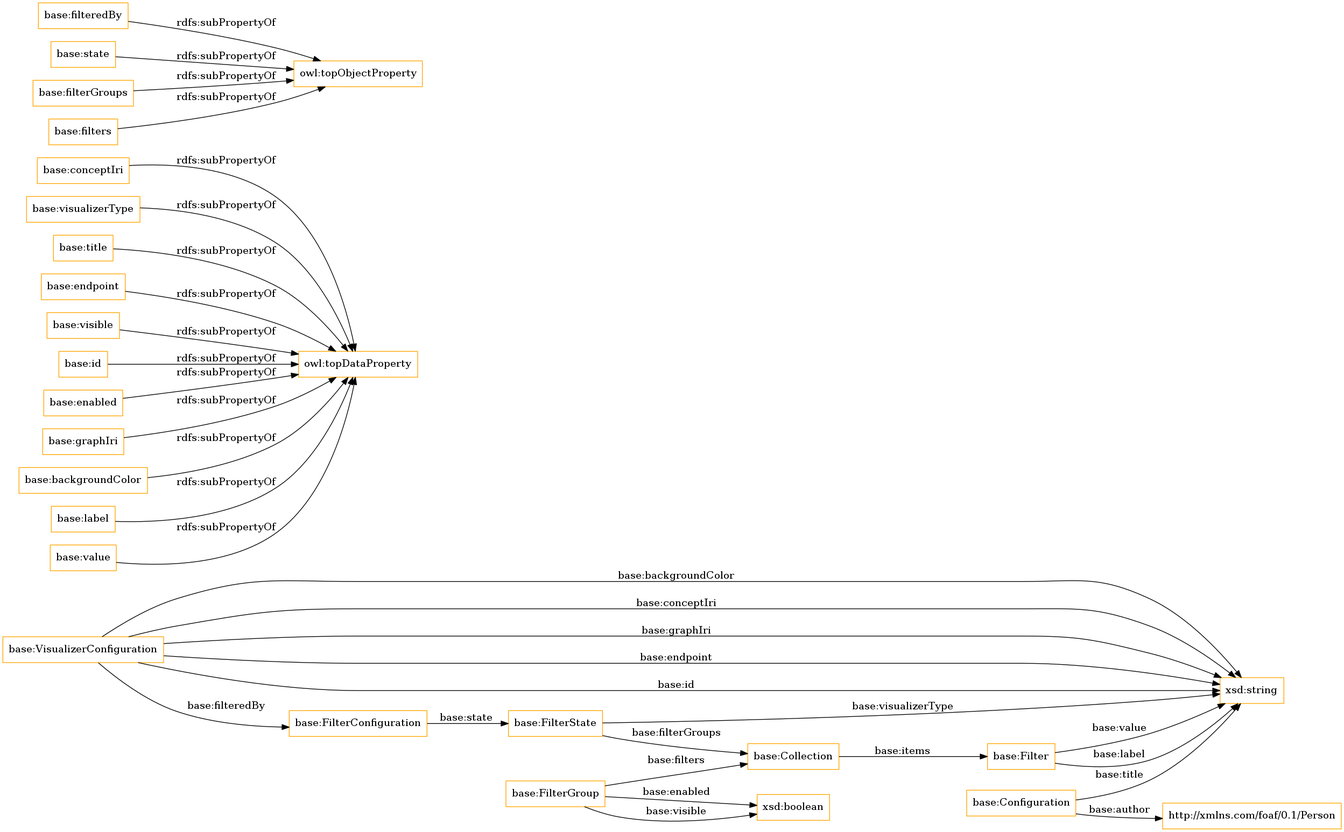
Above: OnToology/lpapps.owl/diagrams/ar2dtool-class/lpapps.owl.png in OnToologyUser/linkedpipes_applications_ontology (Graphviz), before the change. Its source is kept beside it as OnToology/lpapps.owl/diagrams/ar2dtool-class/lpapps.owl.png.dot.
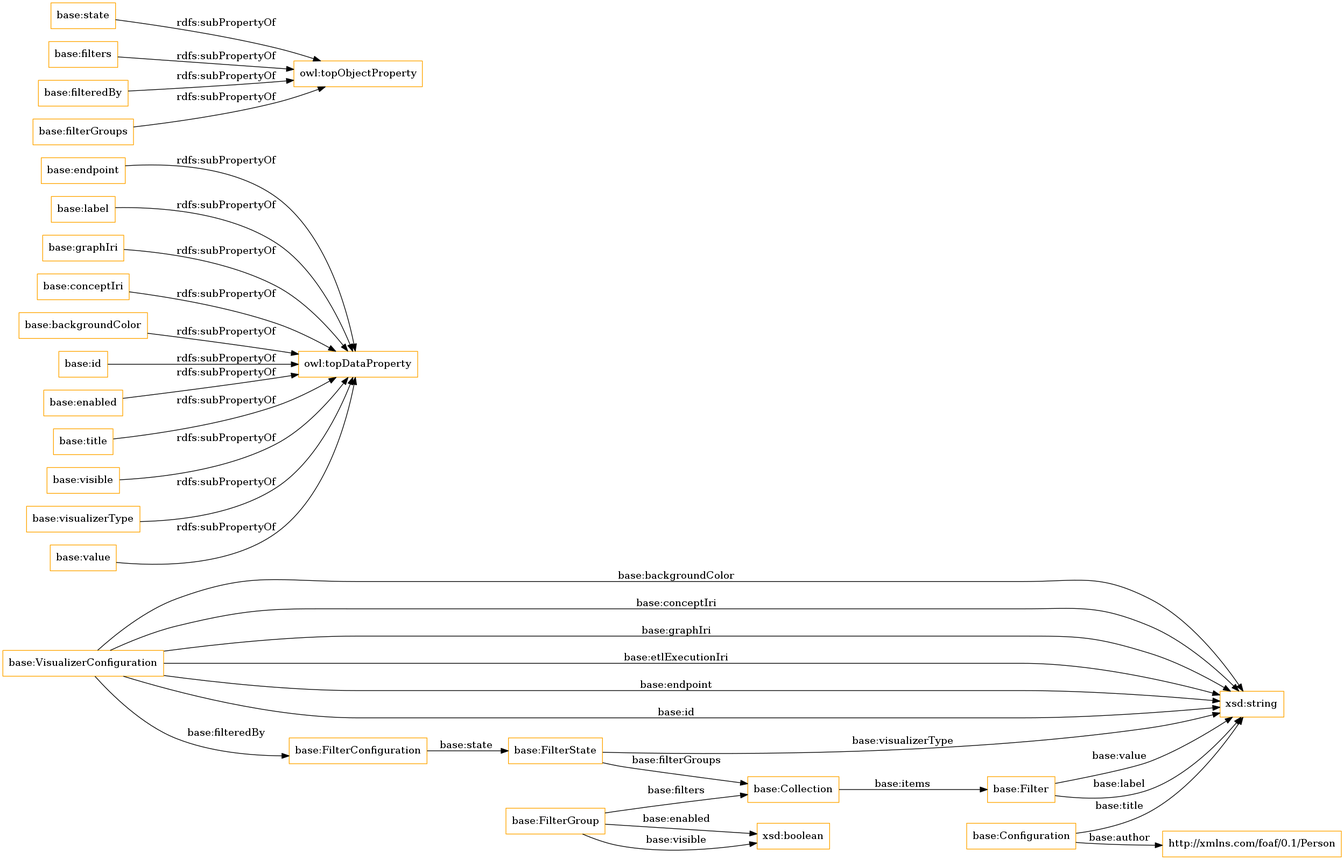
The same diagram one commit later.

Change to the diagram source:
```diff
@@ -2,25 +2,25 @@
 rankdir=LR;
 size="1501"
 node [shape = rectangle, color="orange"]; "base:VisualizerConfiguration" "base:FilterState" "base:FilterGroup" "base:FilterConfiguration" "base:Filter" "base:Configuration" "base:Collection" "http://xmlns.com/foaf/0.1/Person" ; /*classes style*/
+	"base:endpoint" -> "owl:topDataProperty" [ label = "rdfs:subPropertyOf" ];
+	"base:state" -> "owl:topObjectProperty" [ label = "rdfs:subPropertyOf" ];
+	"base:label" -> "owl:topDataProperty" [ label = "rdfs:subPropertyOf" ];
+	"base:graphIri" -> "owl:topDataProperty" [ label = "rdfs:subPropertyOf" ];
+	"base:filters" -> "owl:topObjectProperty" [ label = "rdfs:subPropertyOf" ];
 	"base:conceptIri" -> "owl:topDataProperty" [ label = "rdfs:subPropertyOf" ];
-	"base:visualizerType" -> "owl:topDataProperty" [ label = "rdfs:subPropertyOf" ];
-	"base:title" -> "owl:topDataProperty" [ label = "rdfs:subPropertyOf" ];
-	"base:endpoint" -> "owl:topDataProperty" [ label = "rdfs:subPropertyOf" ];
 	"base:filteredBy" -> "owl:topObjectProperty" [ label = "rdfs:subPropertyOf" ];
-	"base:visible" -> "owl:topDataProperty" [ label = "rdfs:subPropertyOf" ];
-	"base:state" -> "owl:topObjectProperty" [ label = "rdfs:subPropertyOf" ];
+	"base:filterGroups" -> "owl:topObjectProperty" [ label = "rdfs:subPropertyOf" ];
+	"base:backgroundColor" -> "owl:topDataProperty" [ label = "rdfs:subPropertyOf" ];
 	"base:id" -> "owl:topDataProperty" [ label = "rdfs:subPropertyOf" ];
 	"base:enabled" -> "owl:topDataProperty" [ label = "rdfs:subPropertyOf" ];
-	"base:filterGroups" -> "owl:topObjectProperty" [ label = "rdfs:subPropertyOf" ];
-	"base:graphIri" -> "owl:topDataProperty" [ label = "rdfs:subPropertyOf" ];
-	"base:filters" -> "owl:topObjectProperty" [ label = "rdfs:subPropertyOf" ];
-	"base:backgroundColor" -> "owl:topDataProperty" [ label = "rdfs:subPropertyOf" ];
-	"base:label" -> "owl:topDataProperty" [ label = "rdfs:subPropertyOf" ];
+	"base:title" -> "owl:topDataProperty" [ label = "rdfs:subPropertyOf" ];
+	"base:visible" -> "owl:topDataProperty" [ label = "rdfs:subPropertyOf" ];
+	"base:visualizerType" -> "owl:topDataProperty" [ label = "rdfs:subPropertyOf" ];
 	"base:value" -> "owl:topDataProperty" [ label = "rdfs:subPropertyOf" ];
 	"base:FilterConfiguration" -> "base:FilterState" [ label = "base:state" ];
 	"base:VisualizerConfiguration" -> "base:FilterConfiguration" [ label = "base:filteredBy" ];
+	"base:VisualizerConfiguration" -> "xsd:string" [ label = "base:backgroundColor" ];
 	"base:Configuration" -> "xsd:string" [ label = "base:title" ];
-	"base:VisualizerConfiguration" -> "xsd:string" [ label = "base:backgroundColor" ];
 	"base:Filter" -> "xsd:string" [ label = "base:value" ];
 	"base:Collection" -> "base:Filter" [ label = "base:items" ];
 	"base:FilterState" -> "base:Collection" [ label = "base:filterGroups" ];
@@ -28,6 +28,7 @@
 	"base:FilterGroup" -> "xsd:boolean" [ label = "base:enabled" ];
 	"base:VisualizerConfiguration" -> "xsd:string" [ label = "base:graphIri" ];
 	"base:FilterState" -> "xsd:string" [ label = "base:visualizerType" ];
+	"base:VisualizerConfiguration" -> "xsd:string" [ label = "base:etlExecutionIri" ];
 	"base:Filter" -> "xsd:string" [ label = "base:label" ];
 	"base:VisualizerConfiguration" -> "xsd:string" [ label = "base:endpoint" ];
 	"base:VisualizerConfiguration" -> "xsd:string" [ label = "base:id" ];
```
